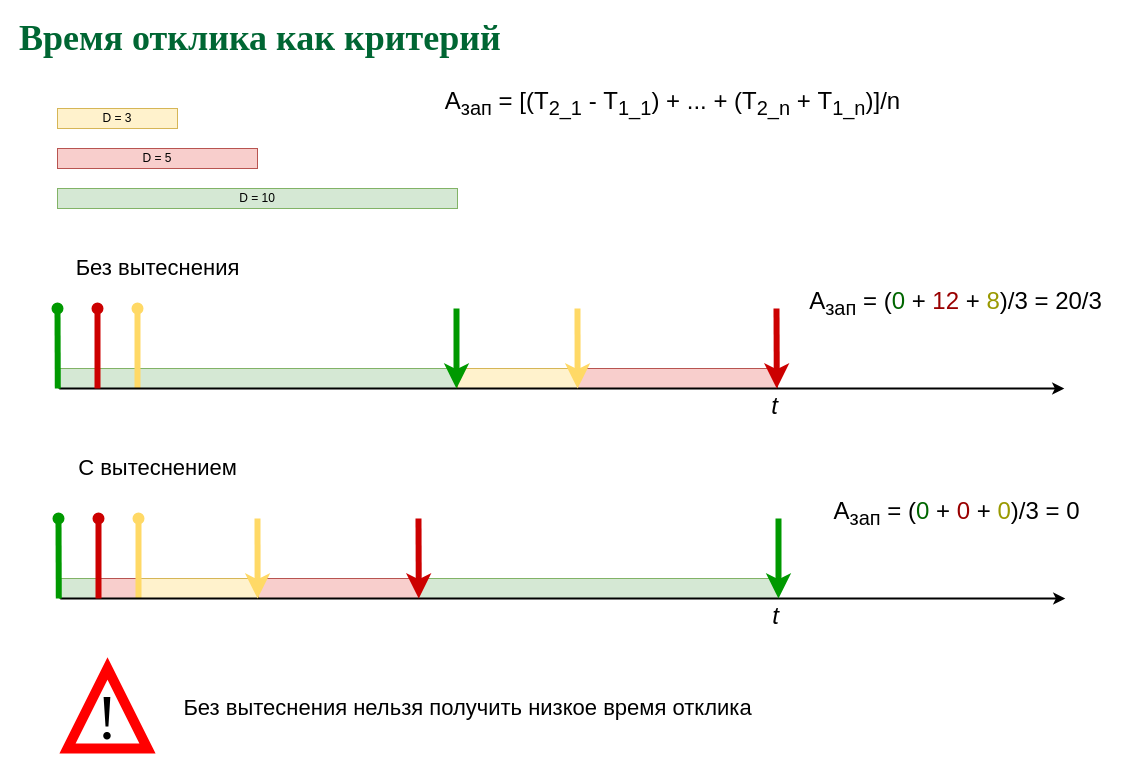
This is page "Latency" (13 of 26) of slides/sched.drawio from 77maxikov/os_course, a draw.io file, before an edit. Source tidied: cells renumbered, new cells numbered last; positions are measured from the earlier drawing's top-left corner, leaving out a move shared by most shapes. Both pictures are drawn from the tidied source at 100%, with x=0, y=0 at pixel (17, 28).
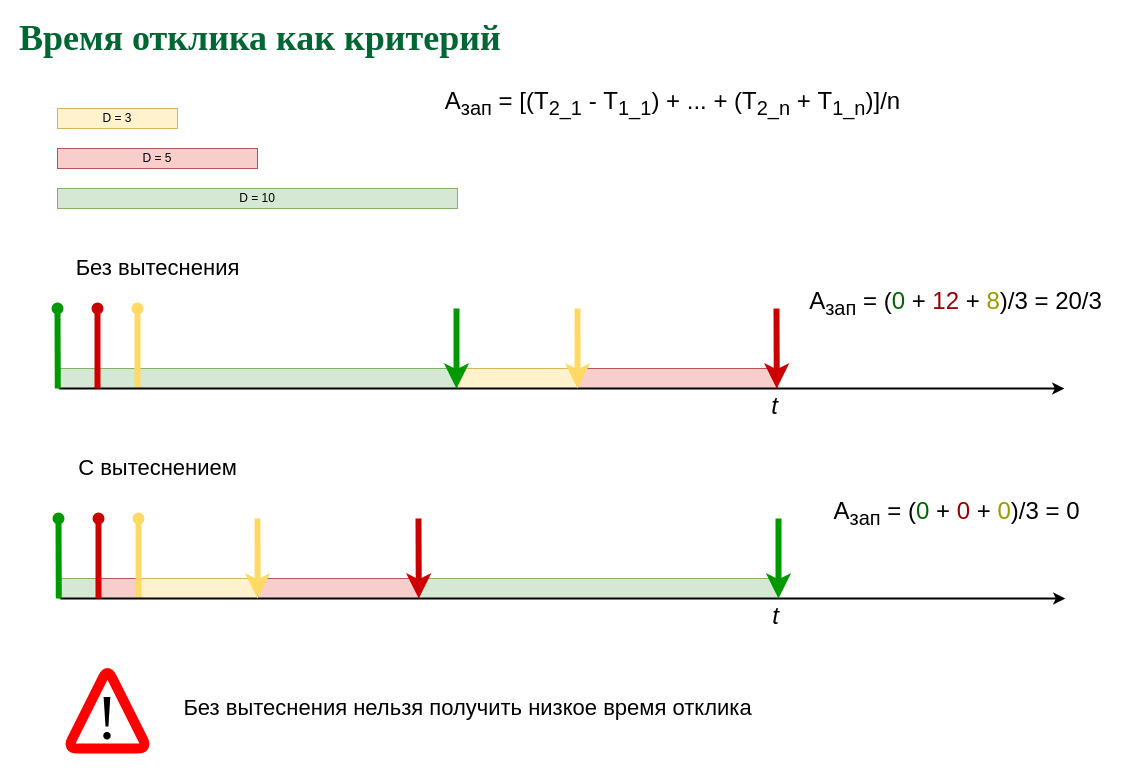
The same diagram, later.

Change to the diagram source:
```diff
@@
-    <mxCell id="35" style="group;fontSize=28;rounded=0;" parent="1" vertex="1">
-      <mxGeometry x="50" y="640" width="80" height="80" as="geometry" />
-    </mxCell>
-    <mxCell id="36" style="endArrow=none;html=1;strokeWidth=10;strokeColor=#FF0000;jumpStyle=arc;rounded=0;fontSize=28;" parent="35" edge="1">
-      <mxGeometry relative="1" as="geometry">
-        <mxPoint x="40" y="80" as="sourcePoint" />
-        <mxPoint x="40" y="80" as="targetPoint" />
-        <Array as="points">
-          <mxPoint y="80" />
-          <mxPoint x="40" />
-          <mxPoint x="80" y="80" />
-        </Array>
-      </mxGeometry>
-    </mxCell>
+    <mxCell id="38" value="&lt;font style=&quot;font-size: 22px&quot;&gt;С вытеснением&lt;/font&gt;" style="text;html=1;align=center;verticalAlign=middle;" parent="1" vertex="1">
+      <mxGeometry x="55" y="430" width="170" height="20" as="geometry" />
+    </mxCell>
+    <mxCell id="39" style="group;" parent="1" vertex="1">
+      <mxGeometry x="50" y="640" width="80" height="80" as="geometry" />
+    </mxCell>
+    <mxCell id="40" style="endArrow=none;html=1;strokeWidth=10;strokeColor=#FF0000;jumpStyle=arc;" parent="39" edge="1">
+      <mxGeometry relative="1" as="geometry">
+        <mxPoint x="40" y="80" as="sourcePoint" />
+        <mxPoint x="40" y="80" as="targetPoint" />
+        <Array as="points">
+          <mxPoint y="80" />
+          <mxPoint x="40" />
+          <mxPoint x="80" y="80" />
+        </Array>
+      </mxGeometry>
+    </mxCell>
-    <mxCell id="37" value="&lt;font style=&quot;font-size: 63px&quot;&gt;!&lt;/font&gt;" style="text;html=1;strokeColor=none;fillColor=none;align=center;verticalAlign=middle;whiteSpace=wrap;rounded=0;fontFamily=Times New Roman;fontSize=28;" parent="35" vertex="1">
+    <mxCell id="37" value="&lt;font style=&quot;font-size: 63px&quot;&gt;!&lt;/font&gt;" style="text;html=1;strokeColor=none;fillColor=none;align=center;verticalAlign=middle;whiteSpace=wrap;rounded=0;fontFamily=Times New Roman;" parent="39" vertex="1">
       <mxGeometry x="20" y="40" width="40" height="20" as="geometry" />
     </mxCell>
-    <mxCell id="38" value="&lt;font style=&quot;font-size: 22px&quot;&gt;С вытеснением&lt;/font&gt;" style="text;html=1;align=center;verticalAlign=middle;" parent="1" vertex="1">
-      <mxGeometry x="55" y="430" width="170" height="20" as="geometry" />
-    </mxCell>
```
